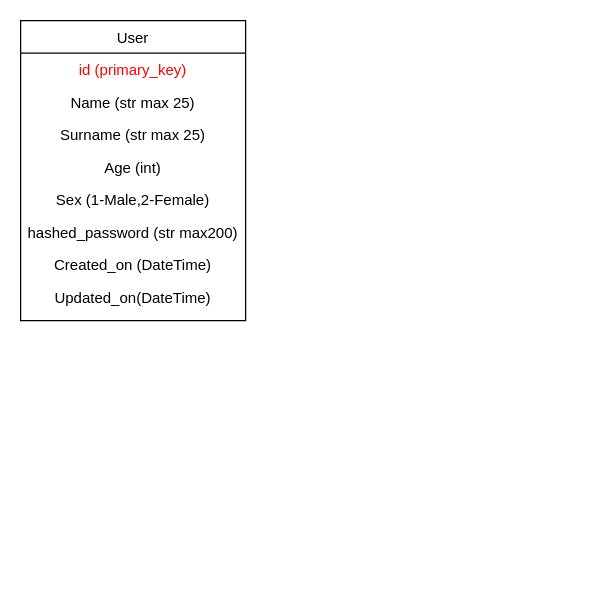
This is data/Untitled Diagram.drawio from andrey-blight/ademy, a draw.io file, before an edit. Source tidied: cells renumbered, new cells numbered last; positions are measured from the earlier drawing's top-left corner, leaving out a move shared by most shapes. Both pictures are drawn from the tidied source at 125%, with x=0, y=0 at pixel (20, 20).
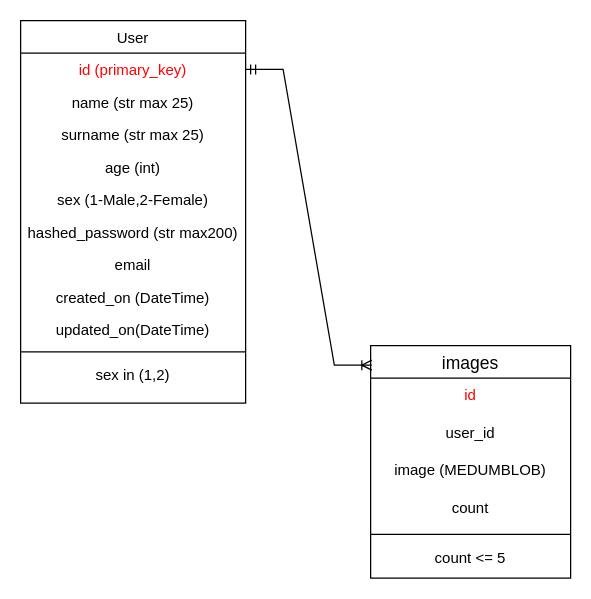
After the change.

Unchanged cells that the change refers to:
```xml
<mxCell id="3" value="id (primary_key)&#10;" style="text;align=center;verticalAlign=top;spacingLeft=4;spacingRight=4;overflow=hidden;points=[[0,0.5],[1,0.5]];portConstraint=eastwest;fontColor=#FF0000;" parent="2" vertex="1">
  <mxGeometry y="26" width="180" height="26" as="geometry" />
</mxCell>
```

The edit, as a diff of the source:
```diff
@@
     <mxCell id="2" value="User" style="swimlane;fontStyle=0;align=center;verticalAlign=top;horizontal=1;startSize=26;rounded=0;shadow=0;strokeWidth=1;" parent="1" vertex="1">
-      <mxGeometry width="180" height="240" as="geometry" />
+      <mxGeometry width="180" height="306" as="geometry" />
     </mxCell>
@@
-    <mxCell id="4" value="Name (str max 25)" style="text;align=center;verticalAlign=top;spacingLeft=4;spacingRight=4;overflow=hidden;rounded=0;shadow=0;html=0;" parent="2" vertex="1">
+    <mxCell id="4" value="name (str max 25)" style="text;align=center;verticalAlign=top;spacingLeft=4;spacingRight=4;overflow=hidden;rounded=0;shadow=0;html=0;" parent="2" vertex="1">
       <mxGeometry y="52" width="180" height="26" as="geometry" />
     </mxCell>
-    <mxCell id="5" value="Surname (str max 25)" style="text;align=center;verticalAlign=top;spacingLeft=4;spacingRight=4;overflow=hidden;rounded=0;shadow=0;html=0;" parent="2" vertex="1">
+    <mxCell id="5" value="surname (str max 25)" style="text;align=center;verticalAlign=top;spacingLeft=4;spacingRight=4;overflow=hidden;rounded=0;shadow=0;html=0;" parent="2" vertex="1">
       <mxGeometry y="78" width="180" height="26" as="geometry" />
     </mxCell>
-    <mxCell id="6" value="Age (int)" style="text;align=center;verticalAlign=top;spacingLeft=4;spacingRight=4;overflow=hidden;rounded=0;shadow=0;html=0;" parent="2" vertex="1">
+    <mxCell id="6" value="age (int)" style="text;align=center;verticalAlign=top;spacingLeft=4;spacingRight=4;overflow=hidden;rounded=0;shadow=0;html=0;" parent="2" vertex="1">
       <mxGeometry y="104" width="180" height="26" as="geometry" />
     </mxCell>
-    <mxCell id="7" value="Sex (1-Male,2-Female)" style="text;align=center;verticalAlign=top;spacingLeft=4;spacingRight=4;overflow=hidden;rounded=0;shadow=0;html=0;" parent="2" vertex="1">
+    <mxCell id="7" value="sex (1-Male,2-Female)" style="text;align=center;verticalAlign=top;spacingLeft=4;spacingRight=4;overflow=hidden;rounded=0;shadow=0;html=0;" parent="2" vertex="1">
       <mxGeometry y="130" width="180" height="26" as="geometry" />
     </mxCell>
@@
+    <mxCell id="11" value="email" style="text;align=center;verticalAlign=top;spacingLeft=4;spacingRight=4;overflow=hidden;rounded=0;shadow=0;html=0;" parent="2" vertex="1">
+      <mxGeometry y="182" width="180" height="26" as="geometry" />
+    </mxCell>
-    <mxCell id="9" value="Created_on (DateTime)" style="text;align=center;verticalAlign=top;spacingLeft=4;spacingRight=4;overflow=hidden;rounded=0;shadow=0;html=0;" parent="2" vertex="1">
-      <mxGeometry y="182" width="180" height="26" as="geometry" />
+    <mxCell id="9" value="created_on (DateTime)" style="text;align=center;verticalAlign=top;spacingLeft=4;spacingRight=4;overflow=hidden;rounded=0;shadow=0;html=0;" parent="2" vertex="1">
+      <mxGeometry y="208" width="180" height="26" as="geometry" />
     </mxCell>
-    <mxCell id="10" value="Updated_on(DateTime)" style="text;align=center;verticalAlign=top;spacingLeft=4;spacingRight=4;overflow=hidden;rounded=0;shadow=0;html=0;" parent="2" vertex="1">
-      <mxGeometry y="208" width="180" height="26" as="geometry" />
+    <mxCell id="10" value="updated_on(DateTime)" style="text;align=center;verticalAlign=top;spacingLeft=4;spacingRight=4;overflow=hidden;rounded=0;shadow=0;html=0;" parent="2" vertex="1">
+      <mxGeometry y="234" width="180" height="26" as="geometry" />
     </mxCell>
+    <mxCell id="12" style="line;strokeWidth=1;dashed=0;labelPosition=right;align=left;verticalAlign=middle;spacingTop=0;spacingLeft=6;fontColor=#FF0000;" parent="2" vertex="1">
+      <mxGeometry y="260" width="180" height="10" as="geometry" />
+    </mxCell>
+    <mxCell id="13" value="sex in (1,2)" style="text;align=center;verticalAlign=top;spacingLeft=4;spacingRight=4;overflow=hidden;rounded=0;shadow=0;html=0;" parent="2" vertex="1">
+      <mxGeometry y="270" width="180" height="36" as="geometry" />
+    </mxCell>
+    <mxCell id="14" value="images" style="swimlane;fontStyle=0;horizontal=1;startSize=26;align=center;fontSize=14;" parent="1" vertex="1">
+      <mxGeometry x="280" y="260" width="160" height="186" as="geometry" />
+    </mxCell>
+    <mxCell id="15" value="id" style="text;strokeColor=none;fillColor=none;spacingLeft=4;spacingRight=4;overflow=hidden;fontSize=12;align=center;fontColor=#FF0000;" parent="14" vertex="1">
+      <mxGeometry y="26" width="160" height="30" as="geometry" />
+    </mxCell>
+    <mxCell id="16" value="user_id" style="text;strokeColor=none;fillColor=none;spacingLeft=4;spacingRight=4;overflow=hidden;fontSize=12;align=center;" parent="14" vertex="1">
+      <mxGeometry y="56" width="160" height="30" as="geometry" />
+    </mxCell>
+    <mxCell id="17" value="image (MEDUMBLOB)" style="text;strokeColor=none;fillColor=none;spacingLeft=4;spacingRight=4;overflow=hidden;fontSize=12;align=center;" parent="14" vertex="1">
+      <mxGeometry y="86" width="160" height="30" as="geometry" />
+    </mxCell>
+    <mxCell id="18" value="count" style="text;strokeColor=none;fillColor=none;spacingLeft=4;spacingRight=4;overflow=hidden;fontSize=12;align=center;" parent="14" vertex="1">
+      <mxGeometry y="116" width="160" height="30" as="geometry" />
+    </mxCell>
+    <mxCell id="19" style="line;strokeWidth=1;dashed=0;labelPosition=right;align=left;verticalAlign=middle;spacingTop=0;spacingLeft=6;fontColor=#FF0000;" parent="14" vertex="1">
+      <mxGeometry y="146" width="160" height="10" as="geometry" />
+    </mxCell>
+    <mxCell id="20" value="count &lt;= 5" style="text;strokeColor=none;fillColor=none;spacingLeft=4;spacingRight=4;overflow=hidden;fontSize=12;align=center;" parent="14" vertex="1">
+      <mxGeometry y="156" width="160" height="30" as="geometry" />
+    </mxCell>
+    <mxCell id="21" style="edgeStyle=entityRelationEdgeStyle;fontSize=12;html=1;endArrow=ERoneToMany;startArrow=ERmandOne;rounded=0;fontColor=#FF0000;exitX=1;exitY=0.5;exitDx=0;exitDy=0;entryX=0.006;entryY=0.084;entryDx=0;entryDy=0;entryPerimeter=0;" parent="1" edge="1" source="3" target="14">
+      <mxGeometry relative="1" as="geometry" />
+    </mxCell>
```
